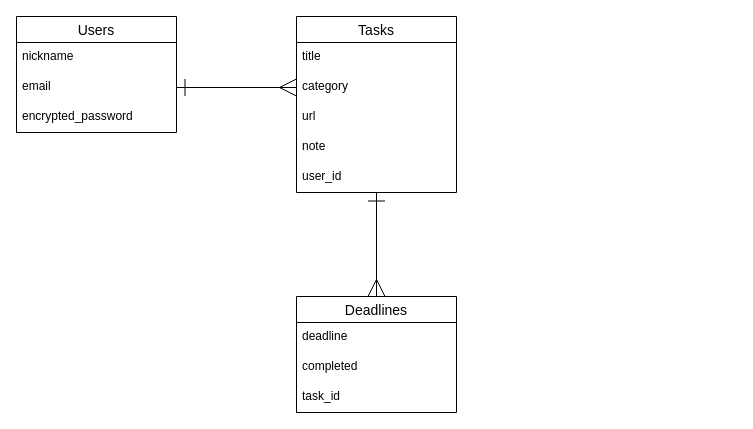
Above: indahouse.dio in kazzz8/indahouse (draw.io), before the change. Source tidied: cells renumbered, new cells numbered last; positions are measured from the earlier drawing's top-left corner, leaving out a move shared by most shapes. Both pictures are drawn from the tidied source at 100%, with x=0, y=0 at pixel (16, 16).
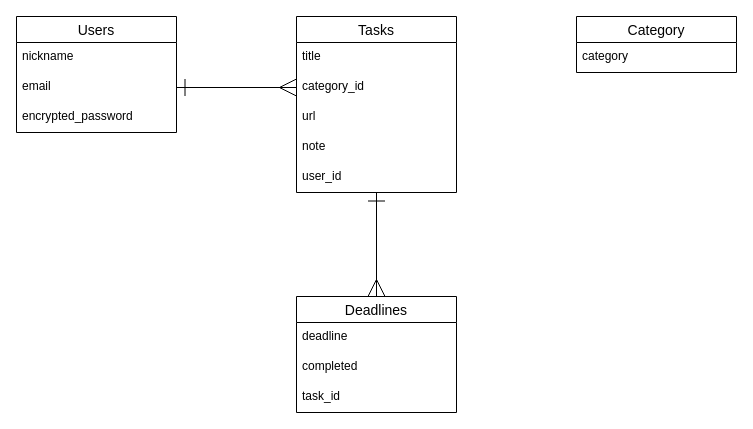
The same diagram, later.

What changed in the source:
```diff
@@
 <mxGraphModel>
   <root>
     <mxCell id="0" />
     <mxCell id="1" parent="0" />
     <mxCell id="2" value="Users" style="swimlane;fontStyle=0;horizontal=1;startSize=26;align=center;fontSize=14;" parent="1" vertex="1">
       <mxGeometry width="160" height="116" as="geometry" />
     </mxCell>
     <mxCell id="3" value="nickname" style="text;strokeColor=none;fillColor=none;spacingLeft=4;spacingRight=4;overflow=hidden;fontSize=12;" parent="2" vertex="1">
       <mxGeometry y="26" width="160" height="30" as="geometry" />
     </mxCell>
     <mxCell id="4" value="email" style="text;strokeColor=none;fillColor=none;spacingLeft=4;spacingRight=4;overflow=hidden;points=[[0,0.5],[1,0.5]];portConstraint=eastwest;fontSize=12;" parent="2" vertex="1">
       <mxGeometry y="56" width="160" height="30" as="geometry" />
     </mxCell>
     <mxCell id="5" value="encrypted_password" style="text;strokeColor=none;fillColor=none;spacingLeft=4;spacingRight=4;overflow=hidden;fontSize=12;" parent="2" vertex="1">
       <mxGeometry y="86" width="160" height="30" as="geometry" />
     </mxCell>
     <mxCell id="6" value="Tasks" style="swimlane;fontStyle=0;horizontal=1;startSize=26;align=center;fontSize=14;" parent="1" vertex="1">
       <mxGeometry x="280" width="160" height="176" as="geometry" />
     </mxCell>
     <mxCell id="7" value="title" style="text;strokeColor=none;fillColor=none;spacingLeft=4;spacingRight=4;overflow=hidden;fontSize=12;" parent="6" vertex="1">
       <mxGeometry y="26" width="160" height="30" as="geometry" />
     </mxCell>
-    <mxCell id="8" value="category" style="text;strokeColor=none;fillColor=none;spacingLeft=4;spacingRight=4;overflow=hidden;points=[[0,0.5],[1,0.5]];portConstraint=eastwest;fontSize=12;" parent="6" vertex="1">
+    <mxCell id="8" value="category_id" style="text;strokeColor=none;fillColor=none;spacingLeft=4;spacingRight=4;overflow=hidden;points=[[0,0.5],[1,0.5]];portConstraint=eastwest;fontSize=12;" parent="6" vertex="1">
       <mxGeometry y="56" width="160" height="30" as="geometry" />
     </mxCell>
     <mxCell id="9" value="url" style="text;strokeColor=none;fillColor=none;spacingLeft=4;spacingRight=4;overflow=hidden;fontSize=12;" parent="6" vertex="1">
       <mxGeometry y="86" width="160" height="30" as="geometry" />
     </mxCell>
     <mxCell id="10" value="note" style="text;strokeColor=none;fillColor=none;spacingLeft=4;spacingRight=4;overflow=hidden;fontSize=12;" parent="6" vertex="1">
       <mxGeometry y="116" width="160" height="30" as="geometry" />
     </mxCell>
     <mxCell id="11" value="user_id" style="text;strokeColor=none;fillColor=none;spacingLeft=4;spacingRight=4;overflow=hidden;points=[[0,0.5],[1,0.5]];portConstraint=eastwest;fontSize=12;" parent="6" vertex="1">
       <mxGeometry y="146" width="160" height="30" as="geometry" />
     </mxCell>
     <mxCell id="12" style="edgeStyle=none;html=1;exitX=1;exitY=0.5;exitDx=0;exitDy=0;endArrow=ERmany;endFill=0;startArrow=ERone;startFill=0;endSize=15;startSize=15;entryX=0;entryY=0.5;entryDx=0;entryDy=0;" parent="1" edge="1" source="4" target="8">
       <mxGeometry relative="1" as="geometry" />
     </mxCell>
     <mxCell id="13" value="Deadlines" style="swimlane;fontStyle=0;horizontal=1;startSize=26;align=center;fontSize=14;" parent="1" vertex="1">
       <mxGeometry x="280" y="280" width="160" height="116" as="geometry" />
     </mxCell>
     <mxCell id="14" value="deadline" style="text;strokeColor=none;fillColor=none;spacingLeft=4;spacingRight=4;overflow=hidden;fontSize=12;" parent="13" vertex="1">
       <mxGeometry y="26" width="160" height="30" as="geometry" />
     </mxCell>
     <mxCell id="15" value="completed" style="text;strokeColor=none;fillColor=none;spacingLeft=4;spacingRight=4;overflow=hidden;fontSize=12;" parent="13" vertex="1">
       <mxGeometry y="56" width="160" height="30" as="geometry" />
     </mxCell>
     <mxCell id="16" value="task_id" style="text;strokeColor=none;fillColor=none;spacingLeft=4;spacingRight=4;overflow=hidden;fontSize=12;" parent="13" vertex="1">
       <mxGeometry y="86" width="160" height="30" as="geometry" />
     </mxCell>
     <mxCell id="17" style="edgeStyle=none;html=1;endArrow=ERmany;endFill=0;startArrow=ERone;startFill=0;endSize=15;startSize=15;entryX=0.5;entryY=0;entryDx=0;entryDy=0;" parent="1" edge="1" source="11" target="13">
       <mxGeometry relative="1" as="geometry" />
     </mxCell>
+    <mxCell id="18" value="Category" style="swimlane;fontStyle=0;horizontal=1;startSize=26;align=center;fontSize=14;" parent="1" vertex="1">
+      <mxGeometry x="560" width="160" height="56" as="geometry" />
+    </mxCell>
+    <mxCell id="19" value="category" style="text;strokeColor=none;fillColor=none;spacingLeft=4;spacingRight=4;overflow=hidden;fontSize=12;" parent="18" vertex="1">
+      <mxGeometry y="26" width="160" height="30" as="geometry" />
+    </mxCell>
   </root>
 </mxGraphModel>
```
